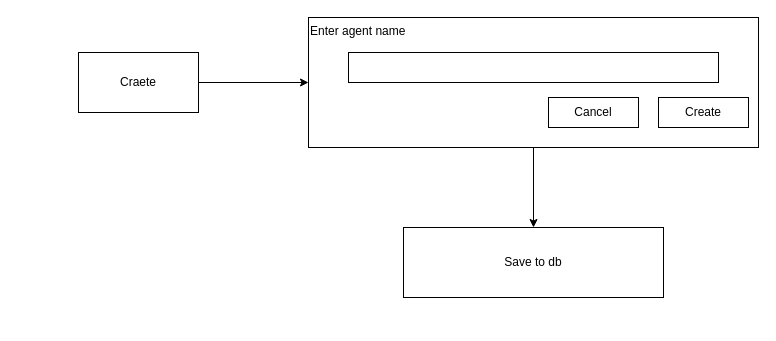
Earlier version of the draw.io diagram drawio/create_agent.drawio (minhthoai190892/ai-agent-builder-platform). Source tidied: cells renumbered, new cells numbered last; positions are measured from the earlier drawing's top-left corner, leaving out a move shared by most shapes. Both pictures are drawn from the tidied source at 100%, with x=0, y=0 at pixel (78, 17).
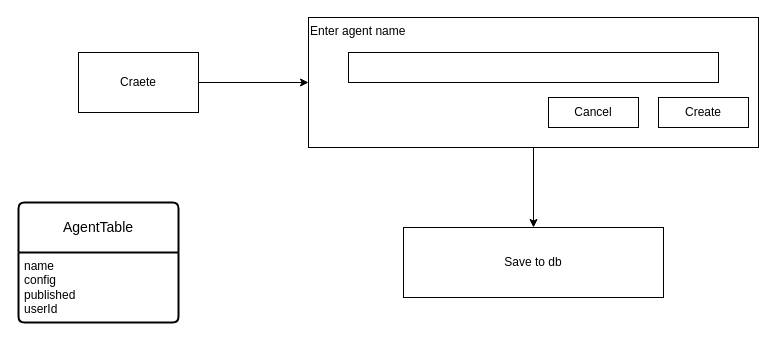
The same diagram, later.

Change to the diagram source:
```diff
@@
 <mxGraphModel>
   <root>
     <mxCell id="0" />
     <mxCell id="1" parent="0" />
     <mxCell id="2" style="edgeStyle=none;html=1;" parent="1" edge="1" source="3" target="5">
       <mxGeometry relative="1" as="geometry" />
     </mxCell>
     <mxCell id="3" value="Craete" style="rounded=0;whiteSpace=wrap;html=1;" parent="1" vertex="1">
       <mxGeometry y="35" width="120" height="60" as="geometry" />
     </mxCell>
     <mxCell id="4" style="edgeStyle=none;html=1;" parent="1" edge="1" source="5" target="9">
       <mxGeometry relative="1" as="geometry" />
     </mxCell>
     <mxCell id="5" value="Enter agent name" style="rounded=0;whiteSpace=wrap;html=1;align=left;verticalAlign=top;" parent="1" vertex="1">
       <mxGeometry x="230" width="450" height="130" as="geometry" />
     </mxCell>
     <mxCell id="6" style="rounded=0;whiteSpace=wrap;html=1;" parent="1" vertex="1">
       <mxGeometry x="270" y="35" width="370" height="30" as="geometry" />
     </mxCell>
     <mxCell id="7" value="Cancel" style="rounded=0;whiteSpace=wrap;html=1;" parent="1" vertex="1">
       <mxGeometry x="470" y="80" width="90" height="30" as="geometry" />
     </mxCell>
     <mxCell id="8" value="Create" style="rounded=0;whiteSpace=wrap;html=1;" parent="1" vertex="1">
       <mxGeometry x="580" y="80" width="90" height="30" as="geometry" />
     </mxCell>
     <mxCell id="9" value="Save to db" style="rounded=0;whiteSpace=wrap;html=1;align=center;verticalAlign=middle;" parent="1" vertex="1">
       <mxGeometry x="325" y="210" width="260" height="70" as="geometry" />
     </mxCell>
+    <mxCell id="10" value="AgentTable" style="swimlane;horizontal=1;startSize=50;rounded=1;fontSize=14;fontStyle=0;strokeWidth=2;shadow=0;dashed=0;align=center;arcSize=4;whiteSpace=wrap;html=1;" parent="1" vertex="1">
+      <mxGeometry x="-60" y="185" width="160" height="120" as="geometry" />
+    </mxCell>
+    <mxCell id="11" value="&lt;div&gt;&lt;font color=&quot;#000000&quot;&gt;name&lt;/font&gt;&lt;/div&gt;&lt;div&gt;&lt;font color=&quot;#000000&quot;&gt;config&lt;/font&gt;&lt;/div&gt;&lt;div&gt;&lt;font color=&quot;#000000&quot;&gt;published&lt;/font&gt;&lt;/div&gt;&lt;div&gt;&lt;font color=&quot;#000000&quot;&gt;userId&lt;/font&gt;&lt;/div&gt;" style="align=left;strokeColor=none;fillColor=none;spacingLeft=4;fontSize=12;verticalAlign=top;html=1;" parent="10" vertex="1">
+      <mxGeometry y="50" width="160" height="70" as="geometry" />
+    </mxCell>
   </root>
 </mxGraphModel>
```
